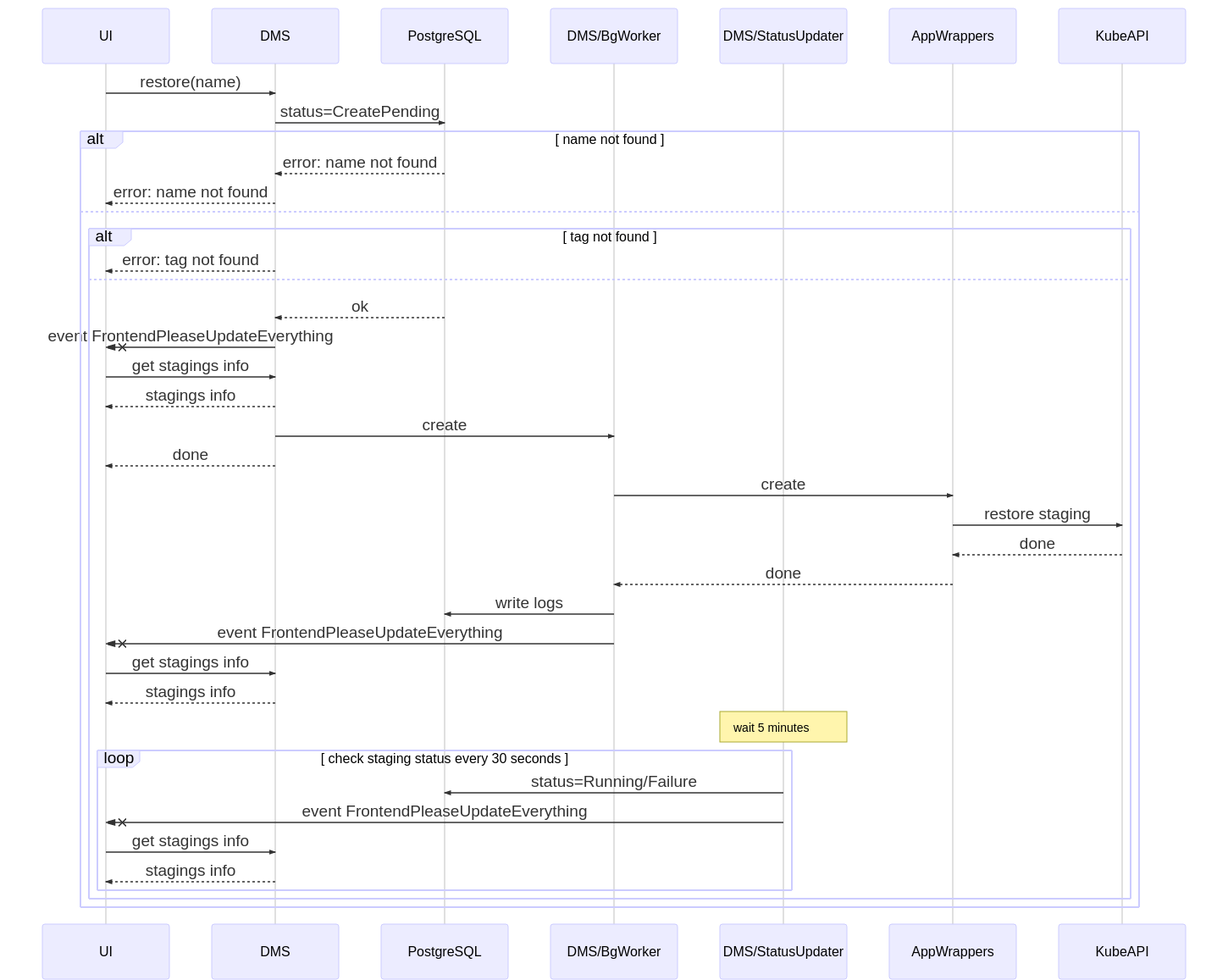
Earlier version of the Mermaid export docs/diagrams/images/technical-architecture-restore-via-ui.png (typeable/octopod). Its source is kept beside it as docs/diagrams/src/technical-architecture-restore-via-ui.mmd.
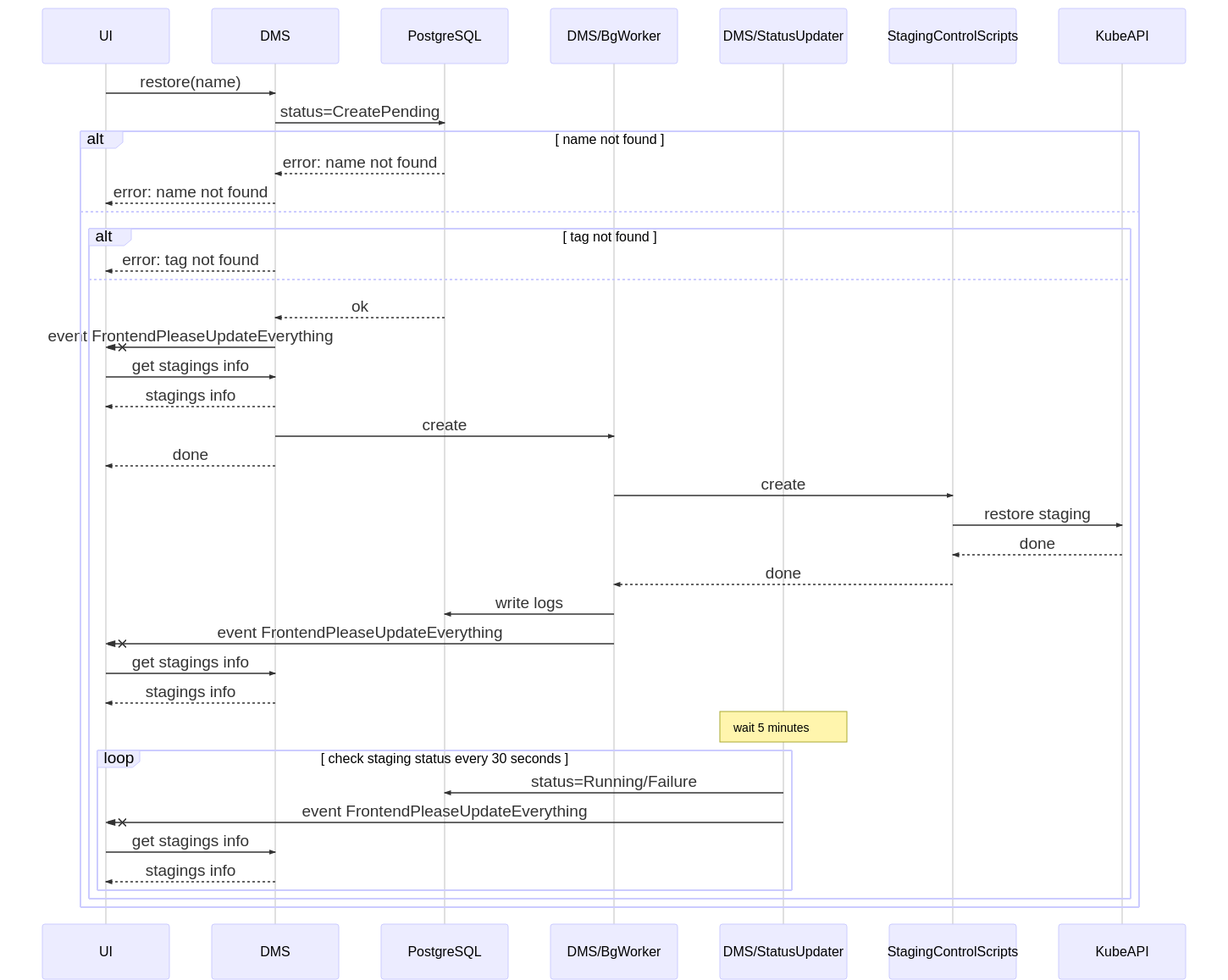
The same file after the commit.

Change to the diagram source:
```diff
@@ -4,7 +4,7 @@
     participant PostgreSQL
     participant DMS/BgWorker
     participant DMS/StatusUpdater
-    participant AppWrappers
+    participant StagingControlScripts
     participant KubeAPI
     UI->>DMS: restore(name)
     DMS->>PostgreSQL: status=CreatePending
@@ -21,10 +21,10 @@
             DMS-->>UI: stagings info
             DMS->>DMS/BgWorker: create
             DMS-->>UI: done
-            DMS/BgWorker->>AppWrappers: create
-            AppWrappers->>KubeAPI: restore staging
-            KubeAPI-->>AppWrappers: done
-            AppWrappers-->>DMS/BgWorker: done
+            DMS/BgWorker->>StagingControlScripts: create
+            StagingControlScripts->>KubeAPI: restore staging
+            KubeAPI-->>StagingControlScripts: done
+            StagingControlScripts-->>DMS/BgWorker: done
             DMS/BgWorker->>PostgreSQL: write logs
             DMS/BgWorker-xUI: event FrontendPleaseUpdateEverything
             UI->>DMS: get stagings info
```
